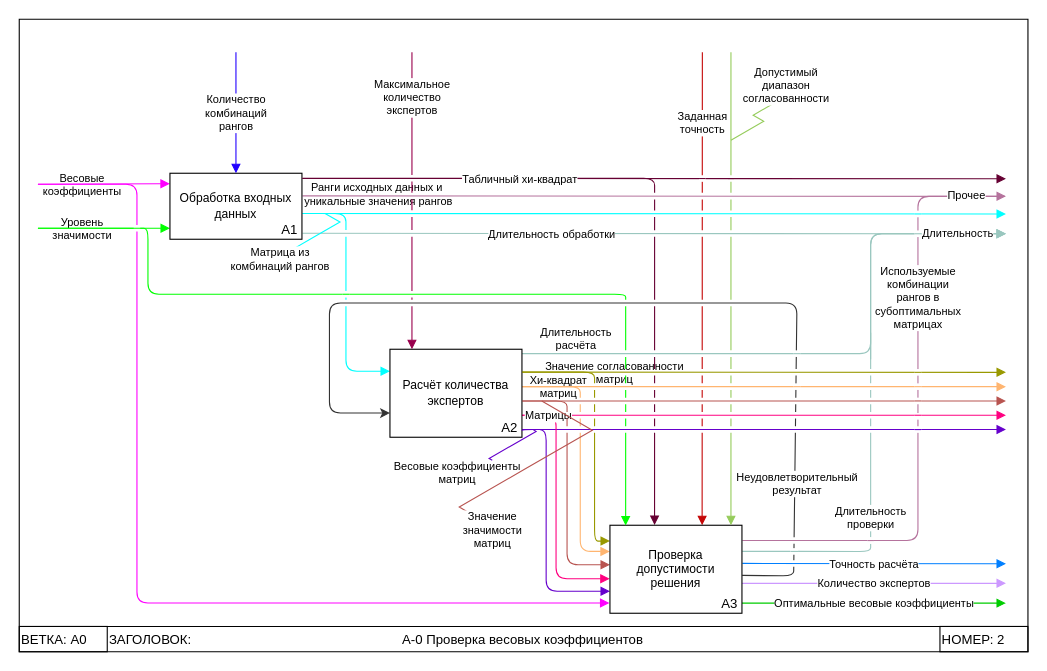
Dimj1k/Works keeps this draw.io diagram as page "А0" (2 of 3) of draw_io/idef0 prog v2.drawio. Above is the earlier version. Source tidied: cells renumbered, new cells numbered last; positions are measured from the earlier drawing's top-left corner, leaving out a move shared by most shapes. Both pictures are drawn from the tidied source at 110%, with x=0, y=0 at pixel (19, 19).
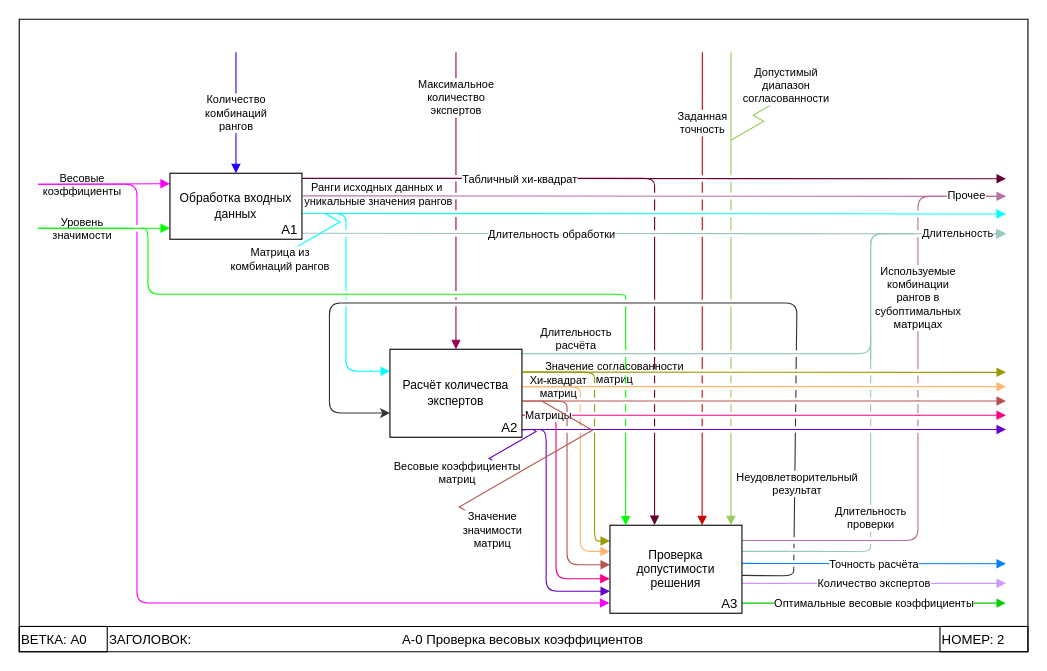
Above is the later version.

The change refers to these unchanged cells:
```xml
<mxCell id="32" value="Расчёт количества экспертов" style="rounded=0;whiteSpace=wrap;html=1;fontSize=11;" parent="31" vertex="1">
  <mxGeometry width="120" height="80" as="geometry" />
</mxCell>
```

Diff of the diagram source:
```diff
@@
-    <mxCell id="52" value="Максимальное&lt;br style=&quot;font-size: 10px;&quot;&gt;количество&lt;br style=&quot;font-size: 10px;&quot;&gt;экспертов" style="endArrow=block;html=1;rounded=0;entryX=0.5;entryY=0;entryDx=0;entryDy=0;strokeColor=#99004D;jumpStyle=gap;endFill=1;fontSize=10;" parent="1" edge="1">
+    <mxCell id="52" value="Максимальное&lt;br style=&quot;font-size: 10px;&quot;&gt;количество&lt;br style=&quot;font-size: 10px;&quot;&gt;экспертов" style="endArrow=block;html=1;rounded=0;entryX=0.5;entryY=0;entryDx=0;entryDy=0;strokeColor=#99004D;jumpStyle=gap;endFill=1;fontSize=10;" parent="1" edge="1" target="32">
       <mxGeometry x="-0.7" relative="1" as="geometry">
-        <mxPoint x="357" y="30" as="sourcePoint" />
-        <mxPoint x="357" y="300" as="targetPoint" />
+        <mxPoint x="397" y="30" as="sourcePoint" />
       </mxGeometry>
     </mxCell>
```
